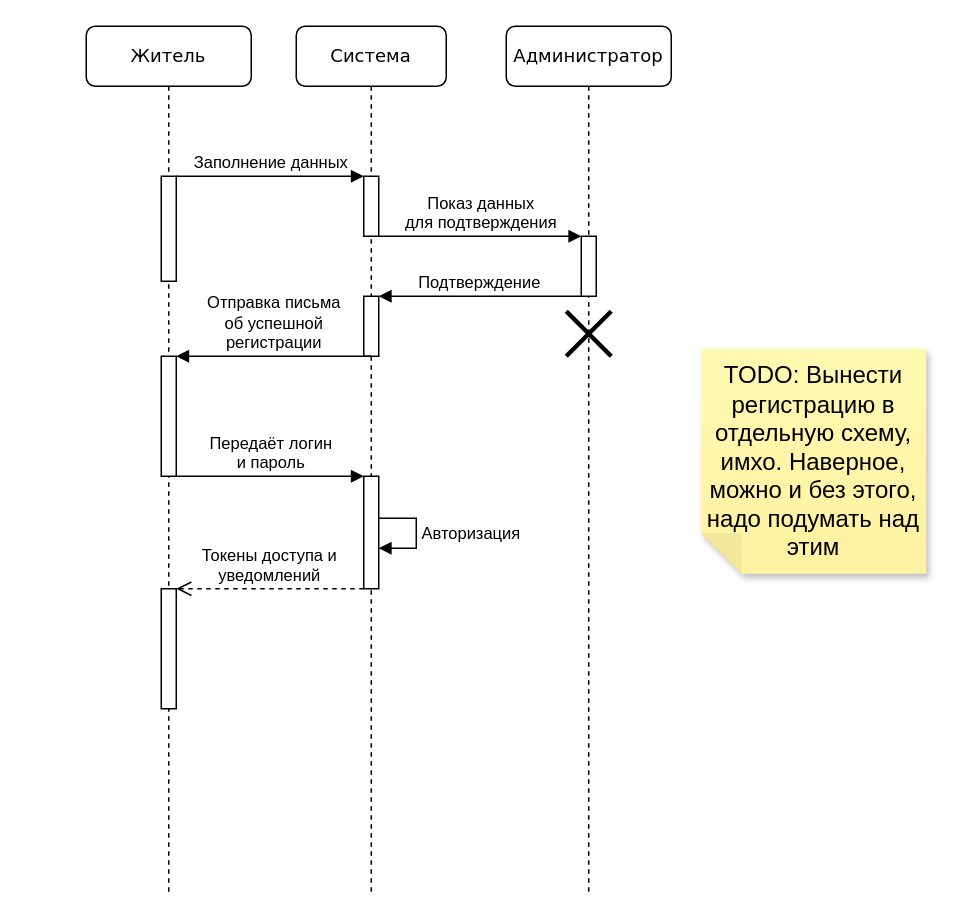
Above: page "Авторизация" (1 of 2) of diagrams/sequence_diagram.drawio in ArthurDavletov/ufanet_practice_zheu (draw.io), before the change. Source tidied: cells renumbered, new cells numbered last; positions are measured from the earlier drawing's top-left corner, leaving out a move shared by most shapes. Both pictures are drawn from the tidied source at 150%, with x=0, y=0 at pixel (86, 26).
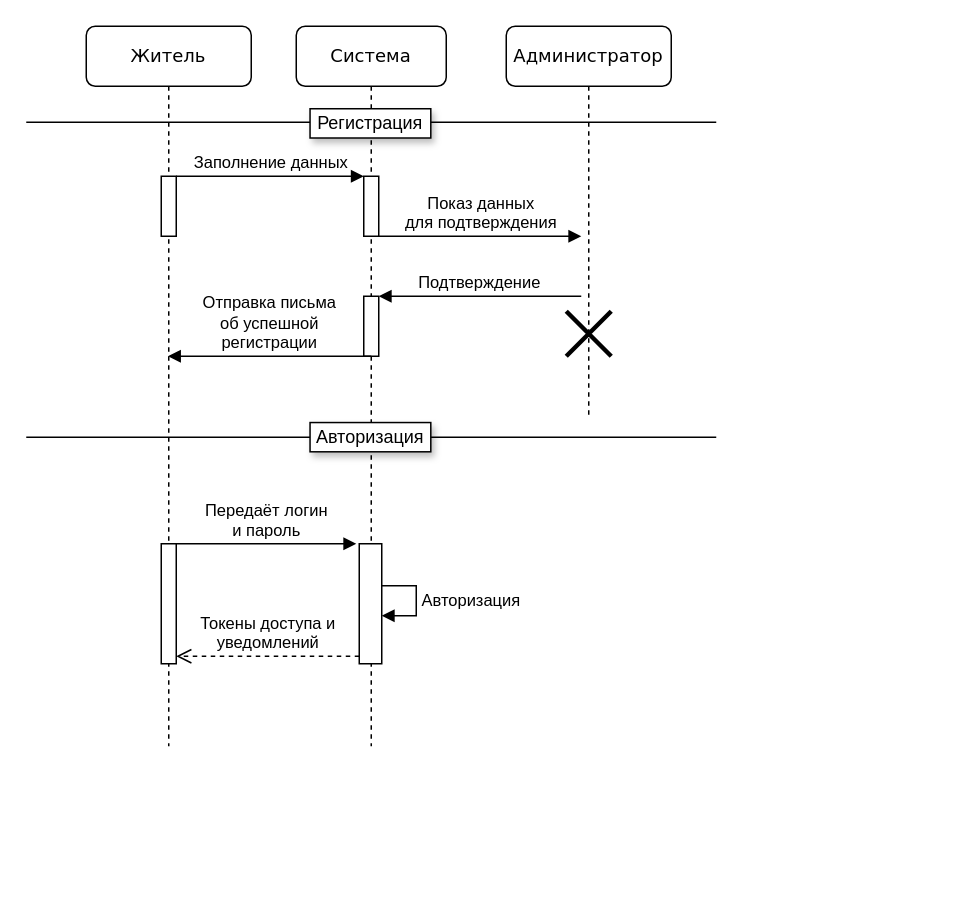
The same diagram, later.

Commit message:
Изменил схему регистрации

The change refers to these unchanged cells:
```xml
<mxCell id="3" style="html=1;points=[[0,0,0,0,5],[0,1,0,0,-5],[1,0,0,0,5],[1,1,0,0,-5]];perimeter=orthogonalPerimeter;outlineConnect=0;targetShapes=umlLifeline;portConstraint=eastwest;newEdgeStyle={&quot;curved&quot;:0,&quot;rounded&quot;:0};" parent="2" vertex="1">
  <mxGeometry x="45" y="100" width="10" height="40" as="geometry" />
</mxCell>
<mxCell id="4" style="html=1;points=[[0,0,0,0,5],[0,1,0,0,-5],[1,0,0,0,5],[1,1,0,0,-5]];perimeter=orthogonalPerimeter;outlineConnect=0;targetShapes=umlLifeline;portConstraint=eastwest;newEdgeStyle={&quot;curved&quot;:0,&quot;rounded&quot;:0};" parent="2" vertex="1">
  <mxGeometry x="45" y="180" width="10" height="40" as="geometry" />
</mxCell>
```

What changed in the source:
```diff
@@
     <mxCell id="2" value="Система" style="shape=umlLifeline;perimeter=lifelinePerimeter;whiteSpace=wrap;html=1;rounded=1;shadow=0;comic=0;labelBackgroundColor=none;strokeWidth=1;fontFamily=Verdana;fontSize=12;align=center;" parent="1" vertex="1">
-      <mxGeometry x="140" width="100" height="580" as="geometry" />
+      <mxGeometry x="140" width="100" height="480" as="geometry" />
     </mxCell>
@@
-    <mxCell id="5" style="html=1;points=[[0,0,0,0,5],[0,1,0,0,-5],[1,0,0,0,5],[1,1,0,0,-5]];perimeter=orthogonalPerimeter;outlineConnect=0;targetShapes=umlLifeline;portConstraint=eastwest;newEdgeStyle={&quot;curved&quot;:0,&quot;rounded&quot;:0};" parent="2" vertex="1">
-      <mxGeometry x="45" y="300" width="10" height="75" as="geometry" />
-    </mxCell>
-    <mxCell id="6" value="Авторизация" style="html=1;align=left;spacingLeft=2;endArrow=block;rounded=0;edgeStyle=orthogonalEdgeStyle;curved=0;rounded=0;" parent="2" edge="1" source="5" target="5">
-      <mxGeometry relative="1" as="geometry">
-        <Array as="points">
-          <mxPoint x="80" y="328" />
-          <mxPoint x="80" y="348" />
-        </Array>
-      </mxGeometry>
-    </mxCell>
     <mxCell id="7" value="Житель" style="shape=umlLifeline;perimeter=lifelinePerimeter;whiteSpace=wrap;html=1;outlineConnect=0;rounded=1;shadow=0;comic=0;labelBackgroundColor=none;strokeWidth=1;fontFamily=Verdana;fontSize=12;align=center;" parent="1" vertex="1">
-      <mxGeometry width="110" height="580" as="geometry" />
+      <mxGeometry width="110" height="480" as="geometry" />
     </mxCell>
     <mxCell id="8" style="html=1;points=[];perimeter=orthogonalPerimeter;rounded=0;shadow=0;comic=0;labelBackgroundColor=none;strokeWidth=1;fontFamily=Verdana;fontSize=12;align=center;" parent="7" vertex="1">
-      <mxGeometry x="50" y="100" width="10" height="70" as="geometry" />
+      <mxGeometry x="50" y="100" width="10" height="40" as="geometry" />
     </mxCell>
-    <mxCell id="9" style="html=1;points=[[0,0,0,0,5],[0,1,0,0,-5],[1,0,0,0,5],[1,1,0,0,-5]];perimeter=orthogonalPerimeter;outlineConnect=0;targetShapes=umlLifeline;portConstraint=eastwest;newEdgeStyle={&quot;curved&quot;:0,&quot;rounded&quot;:0};" parent="7" vertex="1">
-      <mxGeometry x="50" y="220" width="10" height="80" as="geometry" />
-    </mxCell>
-    <mxCell id="10" value="Отправка письма&lt;div&gt;об успешной&lt;/div&gt;&lt;div&gt;регистрации&lt;/div&gt;" style="html=1;verticalAlign=bottom;endArrow=block;curved=0;rounded=0;" parent="7" edge="1" target="9">
+    <mxCell id="10" value="Отправка письма&lt;div&gt;об успешной&lt;/div&gt;&lt;div&gt;регистрации&lt;/div&gt;" style="html=1;verticalAlign=bottom;endArrow=block;curved=0;rounded=0;" parent="7" edge="1" target="7">
       <mxGeometry relative="1" as="geometry">
         <mxPoint x="190" y="220" as="sourcePoint" />
       </mxGeometry>
     </mxCell>
-    <mxCell id="11" style="html=1;points=[[0,0,0,0,5],[0,1,0,0,-5],[1,0,0,0,5],[1,1,0,0,-5]];perimeter=orthogonalPerimeter;outlineConnect=0;targetShapes=umlLifeline;portConstraint=eastwest;newEdgeStyle={&quot;curved&quot;:0,&quot;rounded&quot;:0};" parent="7" vertex="1">
-      <mxGeometry x="50" y="375" width="10" height="80" as="geometry" />
-    </mxCell>
@@
     <mxCell id="13" value="Администратор" style="shape=umlLifeline;perimeter=lifelinePerimeter;whiteSpace=wrap;html=1;rounded=1;shadow=0;comic=0;labelBackgroundColor=none;strokeWidth=1;fontFamily=Verdana;fontSize=12;align=center;" parent="1" vertex="1">
-      <mxGeometry x="280" width="110" height="580" as="geometry" />
+      <mxGeometry x="280" width="110" height="260" as="geometry" />
     </mxCell>
-    <mxCell id="14" style="html=1;points=[[0,0,0,0,5],[0,1,0,0,-5],[1,0,0,0,5],[1,1,0,0,-5]];perimeter=orthogonalPerimeter;outlineConnect=0;targetShapes=umlLifeline;portConstraint=eastwest;newEdgeStyle={&quot;curved&quot;:0,&quot;rounded&quot;:0};" parent="13" vertex="1">
-      <mxGeometry x="50" y="140" width="10" height="40" as="geometry" />
-    </mxCell>
@@
-    <mxCell id="16" value="Показ данных&lt;div&gt;для подтверждения&lt;/div&gt;" style="html=1;verticalAlign=bottom;endArrow=block;curved=0;rounded=0;" parent="1" edge="1" source="3" target="14">
-      <mxGeometry relative="1" as="geometry" />
+    <mxCell id="16" value="Показ данных&lt;div&gt;для подтверждения&lt;/div&gt;" style="html=1;verticalAlign=bottom;endArrow=block;curved=0;rounded=0;" parent="1" edge="1" source="3">
+      <mxGeometry relative="1" as="geometry">
+        <mxPoint x="330" y="140" as="targetPoint" />
+      </mxGeometry>
     </mxCell>
-    <mxCell id="17" value="Подтверждение" style="html=1;verticalAlign=bottom;endArrow=block;curved=0;rounded=0;" parent="1" edge="1" source="14" target="4">
-      <mxGeometry relative="1" as="geometry" />
+    <mxCell id="17" value="Подтверждение" style="html=1;verticalAlign=bottom;endArrow=block;curved=0;rounded=0;" parent="1" edge="1" target="4">
+      <mxGeometry relative="1" as="geometry">
+        <mxPoint x="330" y="180" as="sourcePoint" />
+      </mxGeometry>
     </mxCell>
+    <mxCell id="21" style="html=1;points=[[0,0,0,0,5],[0,1,0,0,-5],[1,0,0,0,5],[1,1,0,0,-5]];perimeter=orthogonalPerimeter;outlineConnect=0;targetShapes=umlLifeline;portConstraint=eastwest;newEdgeStyle={&quot;curved&quot;:0,&quot;rounded&quot;:0};" parent="1" vertex="1">
+      <mxGeometry x="182" y="345" width="15" height="80" as="geometry" />
+    </mxCell>
+    <mxCell id="6" value="Авторизация" style="html=1;align=left;spacingLeft=2;endArrow=block;rounded=0;edgeStyle=orthogonalEdgeStyle;curved=0;rounded=0;" parent="1" edge="1" source="21" target="21">
+      <mxGeometry relative="1" as="geometry">
+        <Array as="points">
+          <mxPoint x="220" y="373" />
+          <mxPoint x="220" y="393" />
+        </Array>
+      </mxGeometry>
+    </mxCell>
+    <mxCell id="22" style="html=1;points=[[0,0,0,0,5],[0,1,0,0,-5],[1,0,0,0,5],[1,1,0,0,-5]];perimeter=orthogonalPerimeter;outlineConnect=0;targetShapes=umlLifeline;portConstraint=eastwest;newEdgeStyle={&quot;curved&quot;:0,&quot;rounded&quot;:0};" parent="1" vertex="1">
+      <mxGeometry x="50" y="345" width="10" height="80" as="geometry" />
+    </mxCell>
-    <mxCell id="18" value="Передаёт логин&lt;div&gt;и пароль&lt;/div&gt;" style="html=1;verticalAlign=bottom;endArrow=block;curved=0;rounded=0;" parent="1" edge="1" source="9">
+    <mxCell id="18" value="Передаёт логин&lt;div&gt;и пароль&lt;/div&gt;" style="html=1;verticalAlign=bottom;endArrow=block;curved=0;rounded=0;" parent="1" edge="1" source="22">
       <mxGeometry relative="1" as="geometry">
-        <mxPoint x="185" y="300" as="targetPoint" />
+        <mxPoint x="180" y="345" as="targetPoint" />
       </mxGeometry>
     </mxCell>
-    <mxCell id="19" value="Токены доступа и&lt;div&gt;уведомлений&lt;/div&gt;" style="html=1;verticalAlign=bottom;endArrow=open;dashed=1;endSize=8;curved=0;rounded=0;" parent="1" edge="1" source="5" target="11">
+    <mxCell id="19" value="Токены доступа и&lt;div&gt;уведомлений&lt;/div&gt;" style="html=1;verticalAlign=bottom;endArrow=open;dashed=1;endSize=8;curved=0;rounded=0;entryX=1;entryY=1;entryDx=0;entryDy=-5;entryPerimeter=0;" parent="1" edge="1" source="21" target="22">
       <mxGeometry relative="1" as="geometry" />
     </mxCell>
-    <mxCell id="20" value="TODO: Вынести регистрацию в отдельную схему, имхо. Наверное, можно и без этого, надо подумать над этим" style="shape=note;whiteSpace=wrap;html=1;backgroundOutline=1;autosizeText=1;fontColor=#000000;darkOpacity=0.05;fillColor=#FFF9B2;strokeColor=none;fillStyle=solid;fontSize=16;direction=west;gradientDirection=north;gradientColor=#FFF2A1;shadow=1;size=27;" parent="1" vertex="1">
-      <mxGeometry x="410" y="215" width="150" height="150" as="geometry" />
-    </mxCell>
+    <mxCell id="23" style="line;strokeWidth=1;fillColor=none;align=left;verticalAlign=middle;spacingTop=-1;spacingLeft=3;spacingRight=3;labelPosition=right;strokeColor=inherit;" parent="1" vertex="1">
+      <mxGeometry x="-40" y="60" width="460" height="8" as="geometry" />
+    </mxCell>
+    <mxCell id="24" style="line;strokeWidth=1;fillColor=none;align=left;verticalAlign=middle;spacingTop=-1;spacingLeft=3;spacingRight=3;labelPosition=right;strokeColor=inherit;" parent="1" vertex="1">
+      <mxGeometry x="-40" y="270" width="460" height="8" as="geometry" />
+    </mxCell>
+    <mxCell id="25" value="Регистрация" style="text;html=1;whiteSpace=wrap;strokeColor=#000000;fillColor=#FFFFFF;align=center;verticalAlign=middle;rounded=0;shadow=1;" parent="1" vertex="1">
+      <mxGeometry x="149.2" y="55" width="80.5" height="19.5" as="geometry" />
+    </mxCell>
+    <mxCell id="26" value="Авторизация" style="text;html=1;whiteSpace=wrap;strokeColor=#000000;fillColor=#FFFFFF;align=center;verticalAlign=middle;rounded=0;shadow=1;" parent="1" vertex="1">
+      <mxGeometry x="149.2" y="264.2" width="80.5" height="19.5" as="geometry" />
+    </mxCell>
```
